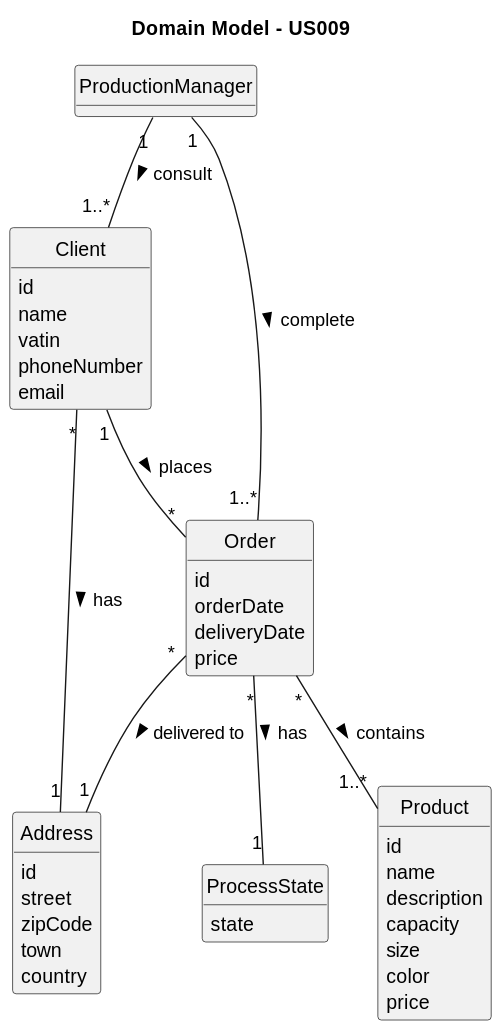
This is documentation/user-stories/us009/02.analysis/svg/us009-domain-model.svg from daniel41silva05/Production_Control_Industrial_ISEP, a PlantUML export, as it was before one commit.
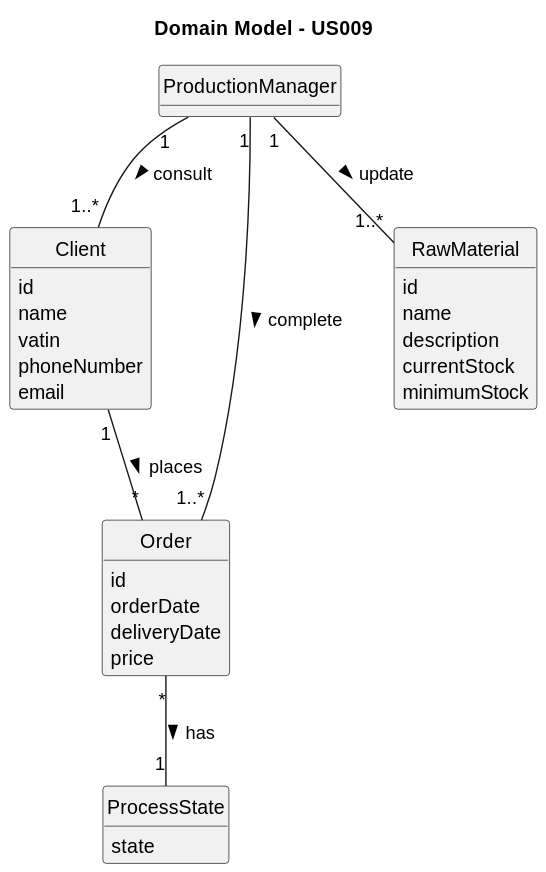
After the change.

Change to the diagram source:
```diff
@@ -28,34 +28,22 @@
     price
 }
 
-class Address {
-    id
-    street
-    zipCode
-    town
-    country
-}
-
 enum ProcessState {
     state
 }
 
-class Product {
+class RawMaterial {
     id
     name
     description
-    capacity
-    size
-    color
-    price
+    currentStock
+    minimumStock
 }
 
 
 ProductionManager "1" -- "1..*" Order : complete >
 ProductionManager "1" -- "1..*" Client : consult >
-Order "*" -- "1..*" Product : contains >
-Order "*" -- "1" Address : delivered to >
+ProductionManager "1" -- "1..*" RawMaterial : update >
 Order "*" -- "1" ProcessState : has >
-Client "*" -- "1" Address : has >
 Client "1" -- "*" Order : places >
 @enduml
```
